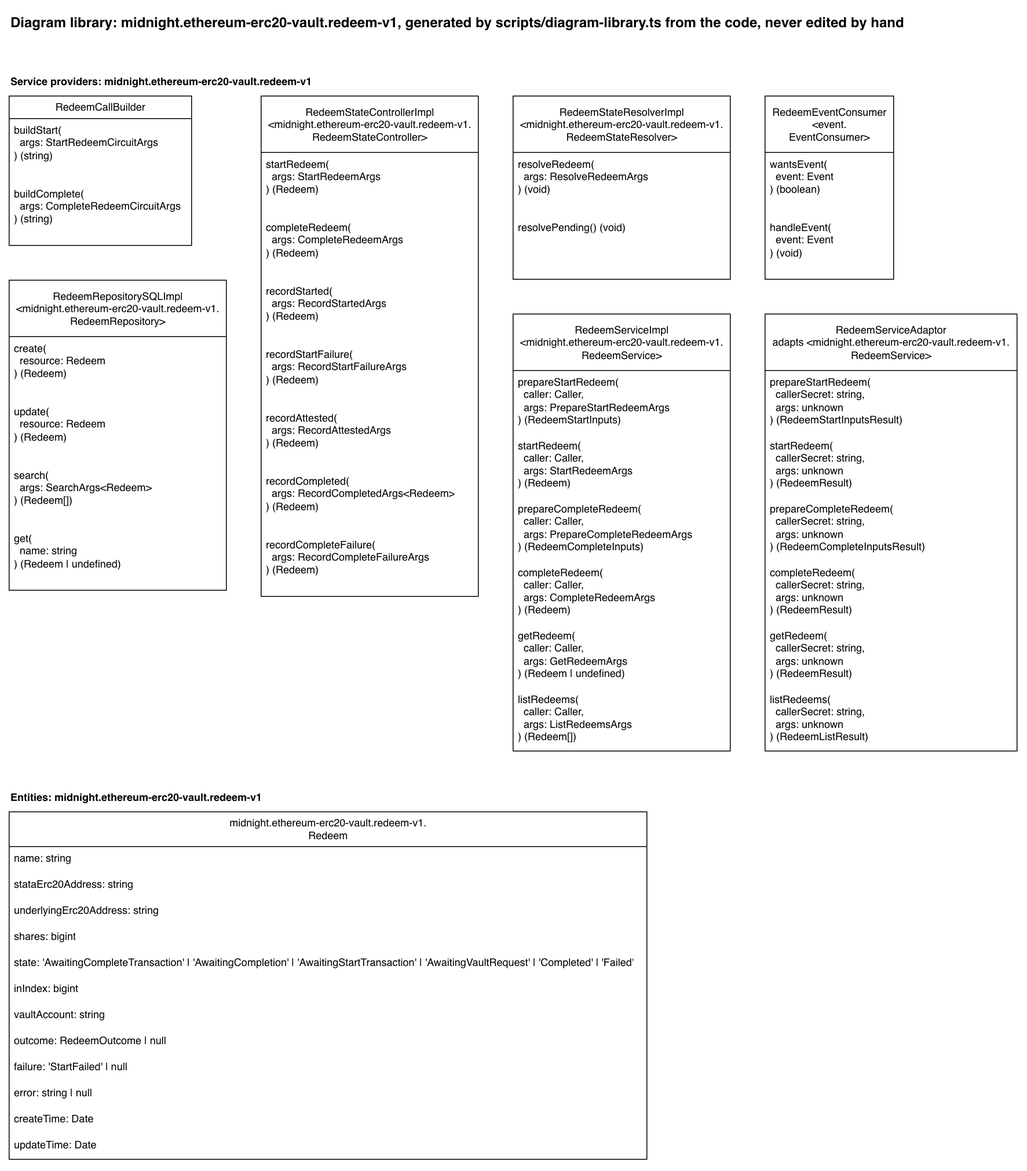
This is docs/diagram-library/midnight/ethereum-erc20-vault/redeem-v1/diagram-library.drawio.png from sig-net/full-stack-demo, a draw.io export, as it was before one commit. Source tidied: cells renumbered, new cells last; positions are measured from the earlier drawing's top-left corner, leaving out a move shared by most shapes.
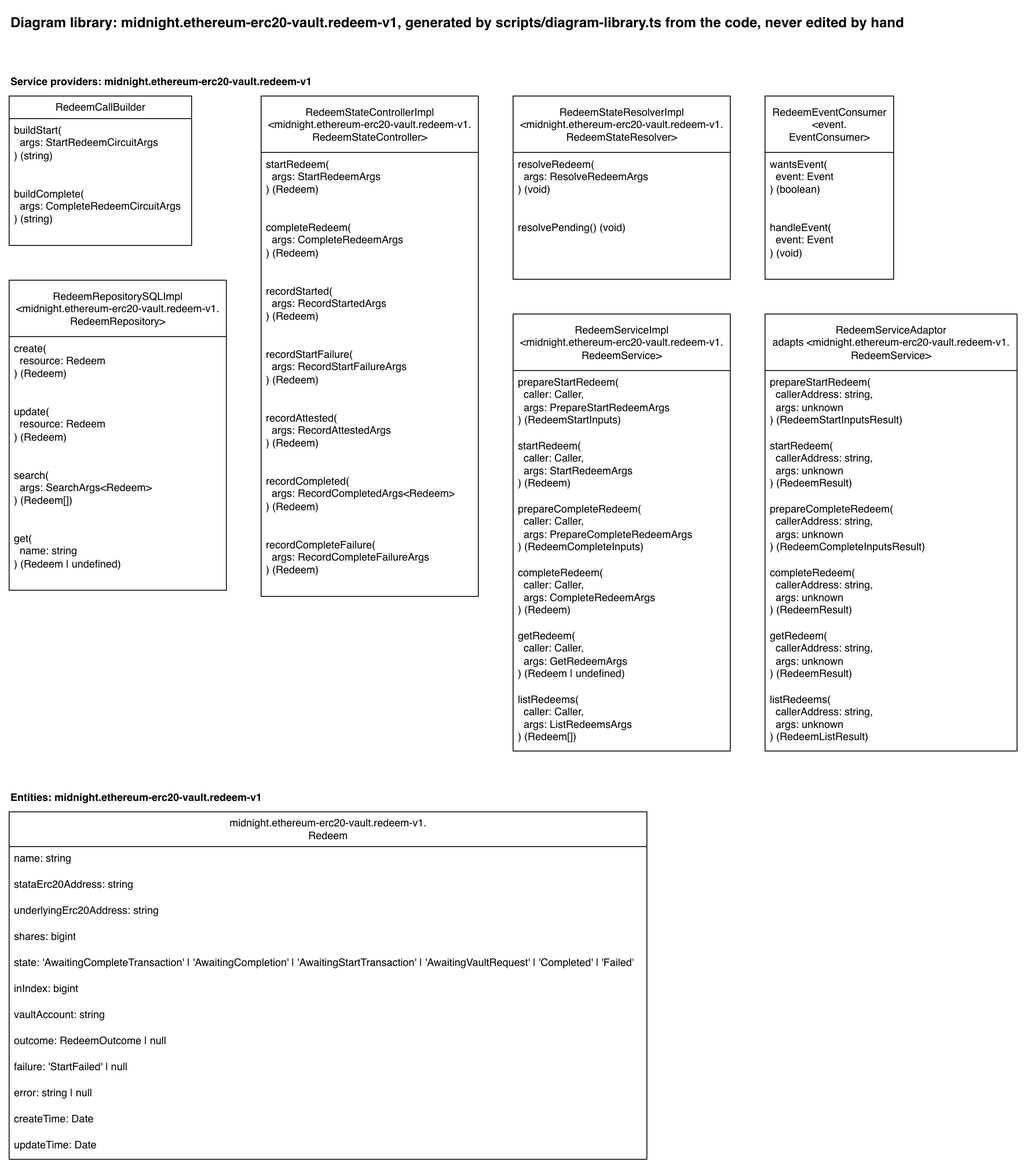
After the commit.

What changed in the source:
```diff
@@ -98,22 +98,22 @@
     <mxCell id="33" value="RedeemServiceAdaptor&lt;br&gt;adapts &amp;lt;midnight.ethereum-erc20-vault.redeem-v1.&lt;br&gt;RedeemService&amp;gt;" style="swimlane;fontStyle=0;horizontal=1;startSize=65;fillColor=default;html=1;fillStyle=solid;" parent="1" vertex="1">
       <mxGeometry x="870" y="351" width="290" height="503" as="geometry" />
     </mxCell>
-    <mxCell id="34" value="prepareStartRedeem(&lt;br&gt;&amp;nbsp; callerSecret: string,&lt;br&gt;&amp;nbsp; args: unknown&lt;br&gt;) (RedeemStartInputsResult)" style="text;strokeColor=none;fillColor=none;align=left;verticalAlign=top;spacingLeft=4;spacingRight=4;overflow=hidden;whiteSpace=wrap;html=1;" parent="33" vertex="1">
+    <mxCell id="34" value="prepareStartRedeem(&lt;br&gt;&amp;nbsp; callerAddress: string,&lt;br&gt;&amp;nbsp; args: unknown&lt;br&gt;) (RedeemStartInputsResult)" style="text;strokeColor=none;fillColor=none;align=left;verticalAlign=top;spacingLeft=4;spacingRight=4;overflow=hidden;whiteSpace=wrap;html=1;" parent="33" vertex="1">
       <mxGeometry y="65" width="290" height="73" as="geometry" />
     </mxCell>
-    <mxCell id="35" value="startRedeem(&lt;br&gt;&amp;nbsp; callerSecret: string,&lt;br&gt;&amp;nbsp; args: unknown&lt;br&gt;) (RedeemResult)" style="text;strokeColor=none;fillColor=none;align=left;verticalAlign=top;spacingLeft=4;spacingRight=4;overflow=hidden;whiteSpace=wrap;html=1;" parent="33" vertex="1">
+    <mxCell id="35" value="startRedeem(&lt;br&gt;&amp;nbsp; callerAddress: string,&lt;br&gt;&amp;nbsp; args: unknown&lt;br&gt;) (RedeemResult)" style="text;strokeColor=none;fillColor=none;align=left;verticalAlign=top;spacingLeft=4;spacingRight=4;overflow=hidden;whiteSpace=wrap;html=1;" parent="33" vertex="1">
       <mxGeometry y="138" width="290" height="73" as="geometry" />
     </mxCell>
-    <mxCell id="36" value="prepareCompleteRedeem(&lt;br&gt;&amp;nbsp; callerSecret: string,&lt;br&gt;&amp;nbsp; args: unknown&lt;br&gt;) (RedeemCompleteInputsResult)" style="text;strokeColor=none;fillColor=none;align=left;verticalAlign=top;spacingLeft=4;spacingRight=4;overflow=hidden;whiteSpace=wrap;html=1;" parent="33" vertex="1">
+    <mxCell id="36" value="prepareCompleteRedeem(&lt;br&gt;&amp;nbsp; callerAddress: string,&lt;br&gt;&amp;nbsp; args: unknown&lt;br&gt;) (RedeemCompleteInputsResult)" style="text;strokeColor=none;fillColor=none;align=left;verticalAlign=top;spacingLeft=4;spacingRight=4;overflow=hidden;whiteSpace=wrap;html=1;" parent="33" vertex="1">
       <mxGeometry y="211" width="290" height="73" as="geometry" />
     </mxCell>
-    <mxCell id="37" value="completeRedeem(&lt;br&gt;&amp;nbsp; callerSecret: string,&lt;br&gt;&amp;nbsp; args: unknown&lt;br&gt;) (RedeemResult)" style="text;strokeColor=none;fillColor=none;align=left;verticalAlign=top;spacingLeft=4;spacingRight=4;overflow=hidden;whiteSpace=wrap;html=1;" parent="33" vertex="1">
+    <mxCell id="37" value="completeRedeem(&lt;br&gt;&amp;nbsp; callerAddress: string,&lt;br&gt;&amp;nbsp; args: unknown&lt;br&gt;) (RedeemResult)" style="text;strokeColor=none;fillColor=none;align=left;verticalAlign=top;spacingLeft=4;spacingRight=4;overflow=hidden;whiteSpace=wrap;html=1;" parent="33" vertex="1">
       <mxGeometry y="284" width="290" height="73" as="geometry" />
     </mxCell>
-    <mxCell id="38" value="getRedeem(&lt;br&gt;&amp;nbsp; callerSecret: string,&lt;br&gt;&amp;nbsp; args: unknown&lt;br&gt;) (RedeemResult)" style="text;strokeColor=none;fillColor=none;align=left;verticalAlign=top;spacingLeft=4;spacingRight=4;overflow=hidden;whiteSpace=wrap;html=1;" parent="33" vertex="1">
+    <mxCell id="38" value="getRedeem(&lt;br&gt;&amp;nbsp; callerAddress: string,&lt;br&gt;&amp;nbsp; args: unknown&lt;br&gt;) (RedeemResult)" style="text;strokeColor=none;fillColor=none;align=left;verticalAlign=top;spacingLeft=4;spacingRight=4;overflow=hidden;whiteSpace=wrap;html=1;" parent="33" vertex="1">
       <mxGeometry y="357" width="290" height="73" as="geometry" />
     </mxCell>
-    <mxCell id="39" value="listRedeems(&lt;br&gt;&amp;nbsp; callerSecret: string,&lt;br&gt;&amp;nbsp; args: unknown&lt;br&gt;) (RedeemListResult)" style="text;strokeColor=none;fillColor=none;align=left;verticalAlign=top;spacingLeft=4;spacingRight=4;overflow=hidden;whiteSpace=wrap;html=1;" parent="33" vertex="1">
+    <mxCell id="39" value="listRedeems(&lt;br&gt;&amp;nbsp; callerAddress: string,&lt;br&gt;&amp;nbsp; args: unknown&lt;br&gt;) (RedeemListResult)" style="text;strokeColor=none;fillColor=none;align=left;verticalAlign=top;spacingLeft=4;spacingRight=4;overflow=hidden;whiteSpace=wrap;html=1;" parent="33" vertex="1">
       <mxGeometry y="430" width="290" height="73" as="geometry" />
     </mxCell>
     <mxCell id="40" value="Entities: midnight.ethereum-erc20-vault.redeem-v1" style="text;html=1;fontStyle=1;" parent="1" vertex="1">
```
